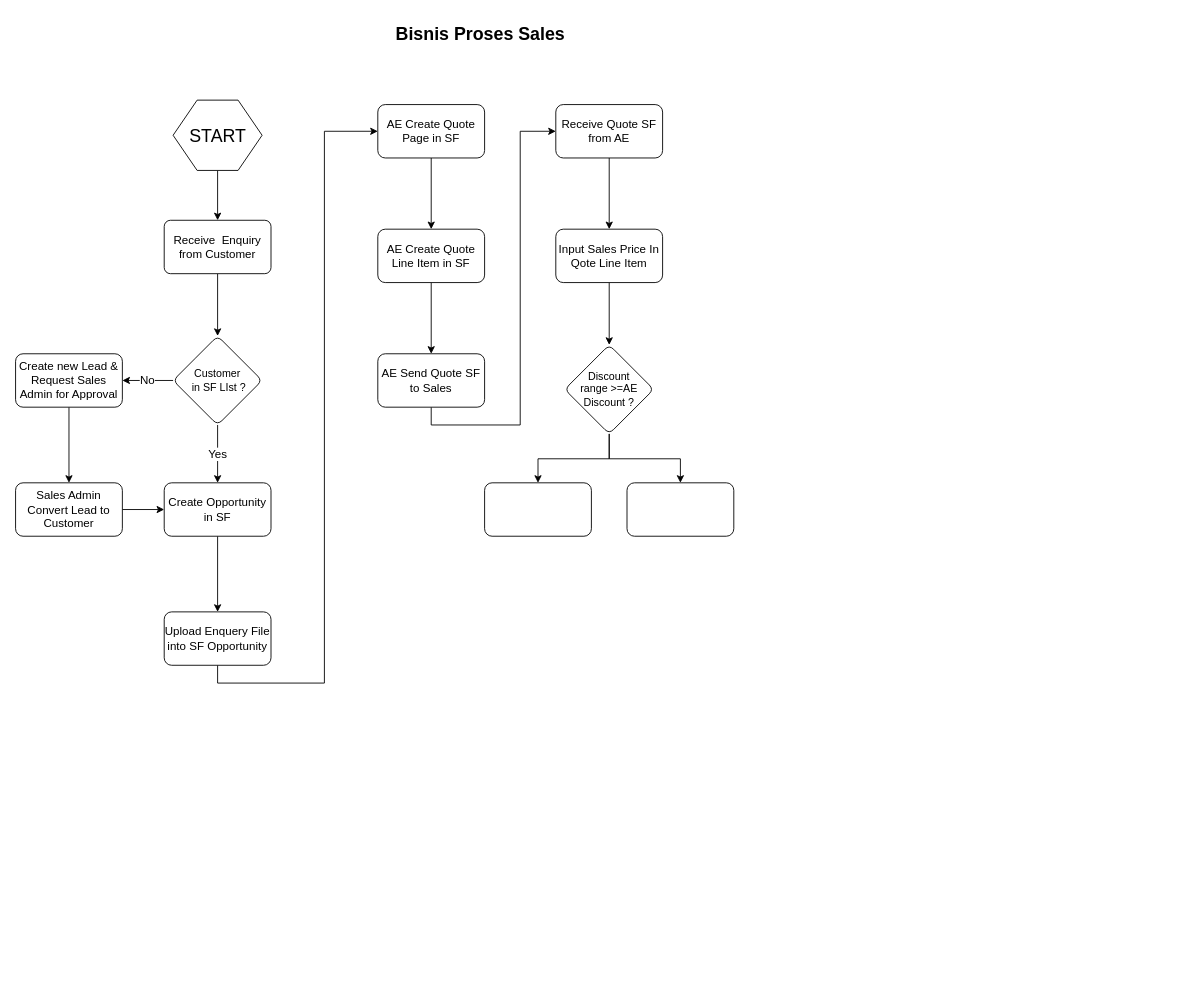
Before: diagram-flow-salesforce.drawio in ngulik-bareng/SalesForce-Diagram, a draw.io diagram. Source tidied: cells renumbered, new cells numbered last; positions are measured from the earlier drawing's top-left corner, leaving out a move shared by most shapes. Both pictures are drawn from the tidied source at 89%, with x=0, y=0 at pixel (15, 15).
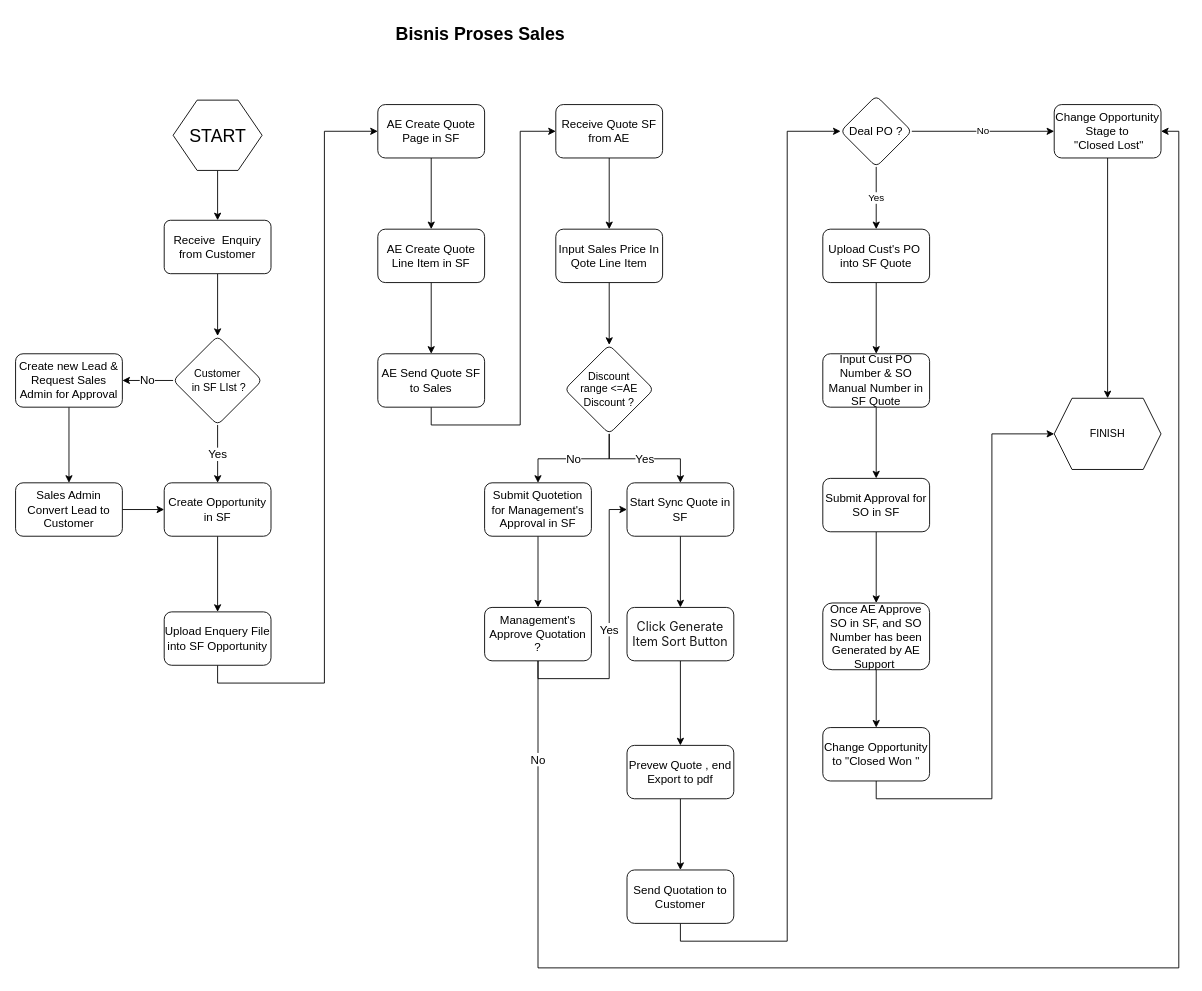
Above is the later version.

Change to the diagram source:
```diff
@@
-    <mxCell id="28" style="edgeStyle=elbowEdgeStyle;rounded=0;jettySize=auto;elbow=vertical;html=1;fontSize=13;" parent="1" edge="1" source="30" target="31">
+    <mxCell id="28" value="No" style="edgeStyle=elbowEdgeStyle;rounded=0;jettySize=auto;elbow=vertical;html=1;fontSize=13;" parent="1" edge="1" source="30" target="31">
       <mxGeometry relative="1" as="geometry" />
     </mxCell>
-    <mxCell id="29" style="edgeStyle=elbowEdgeStyle;rounded=0;jettySize=auto;elbow=vertical;html=1;fontSize=13;" parent="1" edge="1" source="30" target="32">
+    <mxCell id="29" value="Yes" style="edgeStyle=elbowEdgeStyle;rounded=0;jettySize=auto;elbow=vertical;html=1;fontSize=13;" parent="1" edge="1" source="30" target="32">
       <mxGeometry relative="1" as="geometry" />
     </mxCell>
-    <mxCell id="30" value="Discount&lt;br&gt;range &amp;gt;=AE Discount ?" style="rhombus;whiteSpace=wrap;html=1;fontSize=12;rounded=1;arcSize=14;strokeWidth=1;" parent="1" vertex="1">
+    <mxCell id="30" value="Discount&lt;br&gt;range &amp;lt;=AE Discount ?" style="rhombus;whiteSpace=wrap;html=1;fontSize=12;rounded=1;arcSize=14;strokeWidth=1;" parent="1" vertex="1">
       <mxGeometry x="617" y="370" width="100" height="100" as="geometry" />
     </mxCell>
+    <mxCell id="33" style="edgeStyle=orthogonalEdgeStyle;rounded=0;jettySize=auto;html=1;fontSize=13;" parent="1" edge="1" source="31" target="59">
+      <mxGeometry relative="1" as="geometry" />
+    </mxCell>
-    <mxCell id="31" style="whiteSpace=wrap;html=1;fontSize=13;rounded=1;arcSize=14;strokeWidth=1;" parent="1" vertex="1">
+    <mxCell id="31" value="Submit Quotetion for Management's Approval in SF" style="whiteSpace=wrap;html=1;fontSize=13;rounded=1;arcSize=14;strokeWidth=1;" parent="1" vertex="1">
       <mxGeometry x="527" y="525" width="120" height="60" as="geometry" />
     </mxCell>
+    <mxCell id="34" style="edgeStyle=orthogonalEdgeStyle;rounded=0;jettySize=auto;html=1;" parent="1" edge="1" source="32" target="36">
+      <mxGeometry relative="1" as="geometry" />
+    </mxCell>
-    <mxCell id="32" style="whiteSpace=wrap;html=1;fontSize=13;rounded=1;arcSize=14;strokeWidth=1;" parent="1" vertex="1">
+    <mxCell id="32" value="Start Sync Quote in SF" style="whiteSpace=wrap;html=1;fontSize=13;rounded=1;arcSize=14;strokeWidth=1;" parent="1" vertex="1">
       <mxGeometry x="687" y="525" width="120" height="60" as="geometry" />
     </mxCell>
+    <mxCell id="35" style="edgeStyle=orthogonalEdgeStyle;rounded=0;jettySize=auto;html=1;" parent="1" edge="1" source="36" target="54">
+      <mxGeometry relative="1" as="geometry" />
+    </mxCell>
+    <mxCell id="36" value="&lt;span style=&quot;color: rgb(24, 24, 24); font-family: -apple-system, BlinkMacSystemFont, &amp;quot;Segoe UI&amp;quot;, Roboto, Helvetica, Arial, sans-serif, &amp;quot;Apple Color Emoji&amp;quot;, &amp;quot;Segoe UI Emoji&amp;quot;, &amp;quot;Segoe UI Symbol&amp;quot;; font-size: 14px; text-align: start; background-color: rgb(255, 255, 255);&quot;&gt;Click Generate Item Sort Button&lt;/span&gt;" style="whiteSpace=wrap;html=1;fontSize=13;rounded=1;arcSize=14;strokeWidth=1;" parent="1" vertex="1">
+      <mxGeometry x="687" y="665" width="120" height="60" as="geometry" />
+    </mxCell>
+    <mxCell id="37" value="Yes" style="edgeStyle=orthogonalEdgeStyle;rounded=0;jettySize=auto;html=1;elbow=vertical;" parent="1" edge="1" source="39" target="41">
+      <mxGeometry relative="1" as="geometry" />
+    </mxCell>
+    <mxCell id="38" value="No" style="edgeStyle=orthogonalEdgeStyle;rounded=0;jettySize=auto;html=1;elbow=vertical;" parent="1" edge="1" source="39" target="51">
+      <mxGeometry relative="1" as="geometry" />
+    </mxCell>
+    <mxCell id="39" value="Deal PO ?" style="rhombus;whiteSpace=wrap;html=1;fontSize=13;rounded=1;arcSize=14;strokeWidth=1;" parent="1" vertex="1">
+      <mxGeometry x="927" y="90" width="80" height="80" as="geometry" />
+    </mxCell>
+    <mxCell id="40" style="edgeStyle=orthogonalEdgeStyle;rounded=0;jettySize=auto;html=1;elbow=vertical;" parent="1" edge="1" source="41" target="43">
+      <mxGeometry relative="1" as="geometry" />
+    </mxCell>
+    <mxCell id="41" value="Upload Cust's PO&amp;nbsp;&lt;br&gt;into SF Quote" style="whiteSpace=wrap;html=1;fontSize=13;rounded=1;arcSize=14;strokeWidth=1;" parent="1" vertex="1">
+      <mxGeometry x="907" y="240" width="120" height="60" as="geometry" />
+    </mxCell>
+    <mxCell id="42" style="edgeStyle=orthogonalEdgeStyle;rounded=0;jettySize=auto;html=1;elbow=vertical;" parent="1" edge="1" source="43" target="45">
+      <mxGeometry relative="1" as="geometry" />
+    </mxCell>
+    <mxCell id="43" value="Input Cust PO Number &amp;amp; SO Manual Number in SF Quote" style="whiteSpace=wrap;html=1;fontSize=13;rounded=1;arcSize=14;strokeWidth=1;" parent="1" vertex="1">
+      <mxGeometry x="907" y="380" width="120" height="60" as="geometry" />
+    </mxCell>
+    <mxCell id="44" style="edgeStyle=orthogonalEdgeStyle;rounded=0;jettySize=auto;html=1;elbow=vertical;" parent="1" edge="1" source="45" target="47">
+      <mxGeometry relative="1" as="geometry" />
+    </mxCell>
+    <mxCell id="45" value="Submit Approval for SO in SF" style="whiteSpace=wrap;html=1;fontSize=13;rounded=1;arcSize=14;strokeWidth=1;" parent="1" vertex="1">
+      <mxGeometry x="907" y="520" width="120" height="60" as="geometry" />
+    </mxCell>
+    <mxCell id="46" style="edgeStyle=orthogonalEdgeStyle;rounded=0;jettySize=auto;html=1;elbow=vertical;" parent="1" edge="1" source="47" target="49">
+      <mxGeometry relative="1" as="geometry" />
+    </mxCell>
+    <mxCell id="47" value="Once AE Approve SO in SF, and SO Number has been Generated by AE Support&amp;nbsp;" style="whiteSpace=wrap;html=1;fontSize=13;rounded=1;arcSize=14;strokeWidth=1;" parent="1" vertex="1">
+      <mxGeometry x="907" y="660" width="120" height="75" as="geometry" />
+    </mxCell>
+    <mxCell id="48" style="edgeStyle=orthogonalEdgeStyle;rounded=0;jettySize=auto;html=1;exitX=0.5;exitY=1;exitDx=0;exitDy=0;entryX=0;entryY=0.5;entryDx=0;entryDy=0;" parent="1" edge="1" source="49" target="52">
+      <mxGeometry relative="1" as="geometry" />
+    </mxCell>
+    <mxCell id="49" value="Change Opportunity to &quot;Closed Won &quot;" style="whiteSpace=wrap;html=1;fontSize=13;rounded=1;arcSize=14;strokeWidth=1;" parent="1" vertex="1">
+      <mxGeometry x="907" y="800" width="120" height="60" as="geometry" />
+    </mxCell>
+    <mxCell id="50" style="edgeStyle=orthogonalEdgeStyle;rounded=0;jettySize=auto;html=1;exitX=0.5;exitY=1;exitDx=0;exitDy=0;entryX=0.5;entryY=0;entryDx=0;entryDy=0;" parent="1" edge="1" source="51" target="52">
+      <mxGeometry relative="1" as="geometry" />
+    </mxCell>
+    <mxCell id="51" value="Change Opportunity Stage to&lt;br&gt;&amp;nbsp;&quot;Closed Lost&quot;" style="whiteSpace=wrap;html=1;fontSize=13;rounded=1;arcSize=14;strokeWidth=1;" parent="1" vertex="1">
+      <mxGeometry x="1167" y="100" width="120" height="60" as="geometry" />
+    </mxCell>
+    <mxCell id="52" value="FINISH" style="shape=hexagon;perimeter=hexagonPerimeter2;whiteSpace=wrap;html=1;fixedSize=1;" parent="1" vertex="1">
+      <mxGeometry x="1167" y="430" width="120" height="80" as="geometry" />
+    </mxCell>
+    <mxCell id="53" style="edgeStyle=orthogonalEdgeStyle;rounded=0;jettySize=auto;html=1;fontSize=13;" parent="1" edge="1" source="54" target="56">
+      <mxGeometry relative="1" as="geometry" />
+    </mxCell>
+    <mxCell id="54" value="Prevew Quote , end Export to pdf" style="whiteSpace=wrap;html=1;fontSize=13;rounded=1;arcSize=14;strokeWidth=1;align=center;" parent="1" vertex="1">
+      <mxGeometry x="687" y="820" width="120" height="60" as="geometry" />
+    </mxCell>
+    <mxCell id="55" style="edgeStyle=orthogonalEdgeStyle;rounded=0;jettySize=auto;html=1;exitX=0.5;exitY=1;exitDx=0;exitDy=0;entryX=0;entryY=0.5;entryDx=0;entryDy=0;fontSize=13;" parent="1" edge="1" source="56" target="39">
+      <mxGeometry relative="1" as="geometry" />
+    </mxCell>
+    <mxCell id="56" value="Send Quotation to Customer" style="rounded=1;whiteSpace=wrap;html=1;fontSize=13;arcSize=14;strokeWidth=1;" parent="1" vertex="1">
+      <mxGeometry x="687" y="960" width="120" height="60" as="geometry" />
+    </mxCell>
+    <mxCell id="57" value="Yes" style="edgeStyle=orthogonalEdgeStyle;rounded=0;jettySize=auto;html=1;exitX=0.5;exitY=1;exitDx=0;exitDy=0;entryX=0;entryY=0.5;entryDx=0;entryDy=0;fontSize=13;" parent="1" edge="1" source="59" target="32">
+      <mxGeometry relative="1" as="geometry" />
+    </mxCell>
+    <mxCell id="58" value="No" style="edgeStyle=orthogonalEdgeStyle;rounded=0;jettySize=auto;html=1;exitX=0.5;exitY=1;exitDx=0;exitDy=0;entryX=1;entryY=0.5;entryDx=0;entryDy=0;fontSize=13;" parent="1" edge="1" source="59" target="51">
+      <mxGeometry x="-0.89" relative="1" as="geometry">
+        <Array as="points">
+          <mxPoint x="587" y="1070" />
+          <mxPoint x="1307" y="1070" />
+          <mxPoint x="1307" y="130" />
+        </Array>
+      </mxGeometry>
+    </mxCell>
+    <mxCell id="59" value="Management's Approve Quotation ?" style="whiteSpace=wrap;html=1;fontSize=13;rounded=1;arcSize=14;strokeWidth=1;" parent="1" vertex="1">
+      <mxGeometry x="527" y="665" width="120" height="60" as="geometry" />
+    </mxCell>
```
